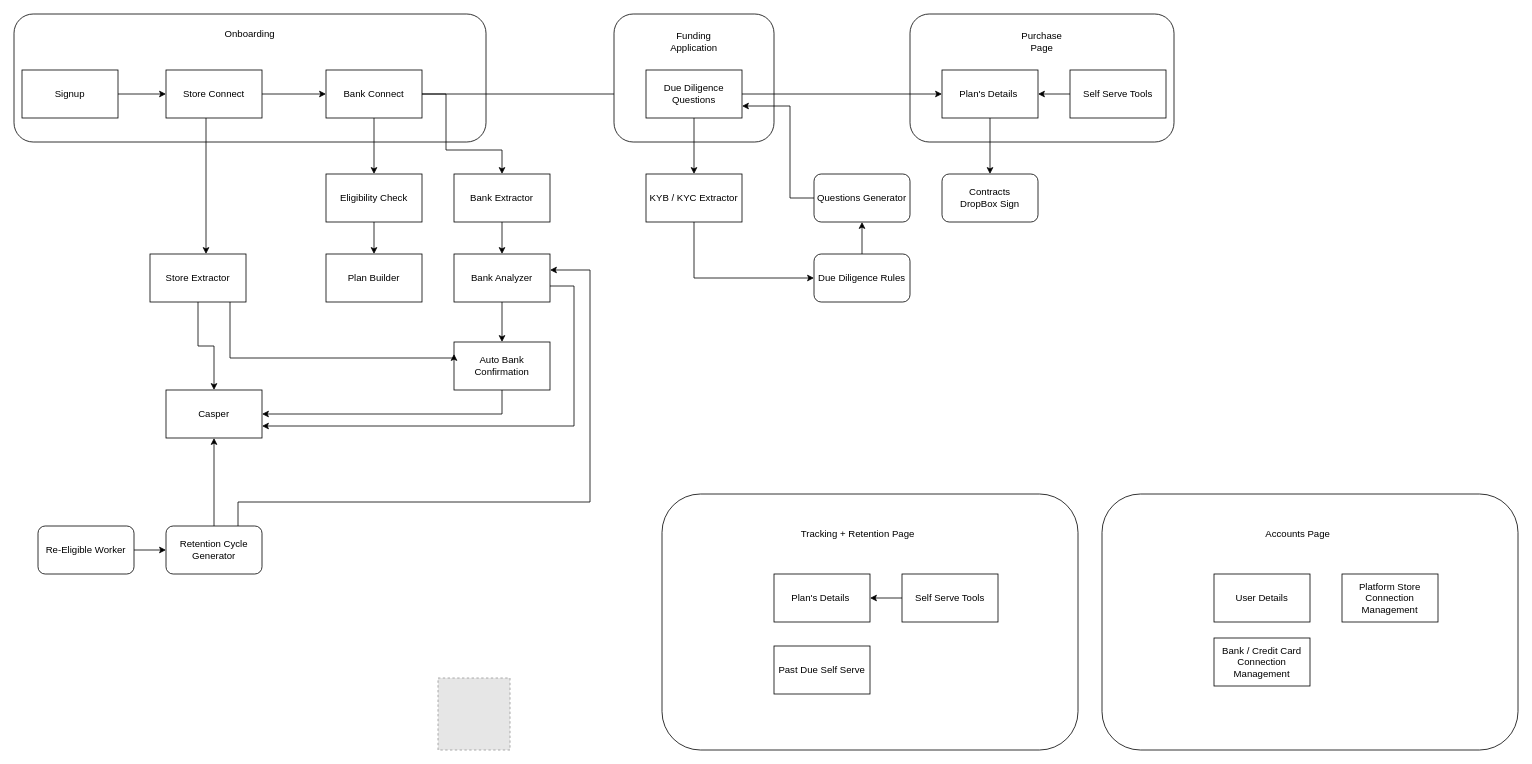
saharki/draw.io keeps this draw.io diagram as drawings/general8fig.drawio. Above is the earlier version. Source tidied: cells renumbered, new cells numbered last; positions are measured from the earlier drawing's top-left corner, leaving out a move shared by most shapes. Both pictures are drawn from the tidied source at 80%, with x=0, y=0 at pixel (14, 14). Pictures stored in the file or linked from it are replaced by grey dashed boxes.
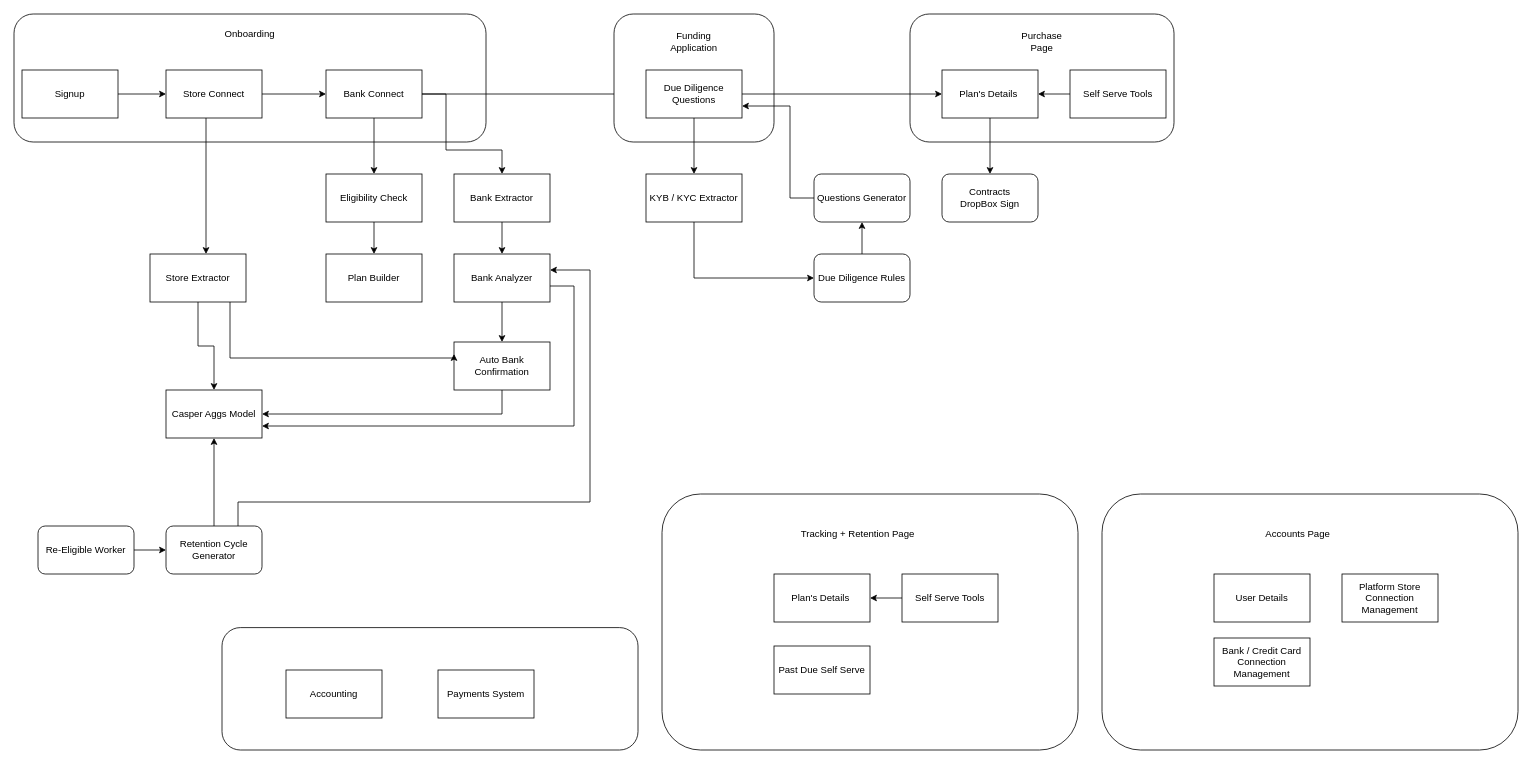
After the change.

What changed in the source:
```diff
@@
-    <mxCell id="18" value="Casper" style="whiteSpace=wrap;html=1;rounded=0;" parent="1" vertex="1">
+    <mxCell id="18" value="Casper Aggs Model" style="whiteSpace=wrap;html=1;rounded=0;" parent="1" vertex="1">
       <mxGeometry x="190" y="470" width="120" height="60" as="geometry" />
     </mxCell>
@@
-    <mxCell id="68" style="fillColor=#E6E6E6;strokeColor=#999999;dashed=1;verticalLabelPosition=bottom;labelBackgroundColor=default;verticalAlign=top;" parent="1" vertex="1">
-      <mxGeometry x="530" y="830" width="90" height="90" as="geometry" />
-    </mxCell>
+    <mxCell id="69" style="rounded=1;whiteSpace=wrap;html=1;" parent="1" vertex="1">
+      <mxGeometry x="260" y="767" width="520" height="153" as="geometry" />
+    </mxCell>
+    <mxCell id="70" value="Accounting" style="rounded=0;whiteSpace=wrap;html=1;" parent="1" vertex="1">
+      <mxGeometry x="340" y="820" width="120" height="60" as="geometry" />
+    </mxCell>
+    <mxCell id="71" value="Payments System" style="rounded=0;whiteSpace=wrap;html=1;" parent="1" vertex="1">
+      <mxGeometry x="530" y="820" width="120" height="60" as="geometry" />
+    </mxCell>
```
